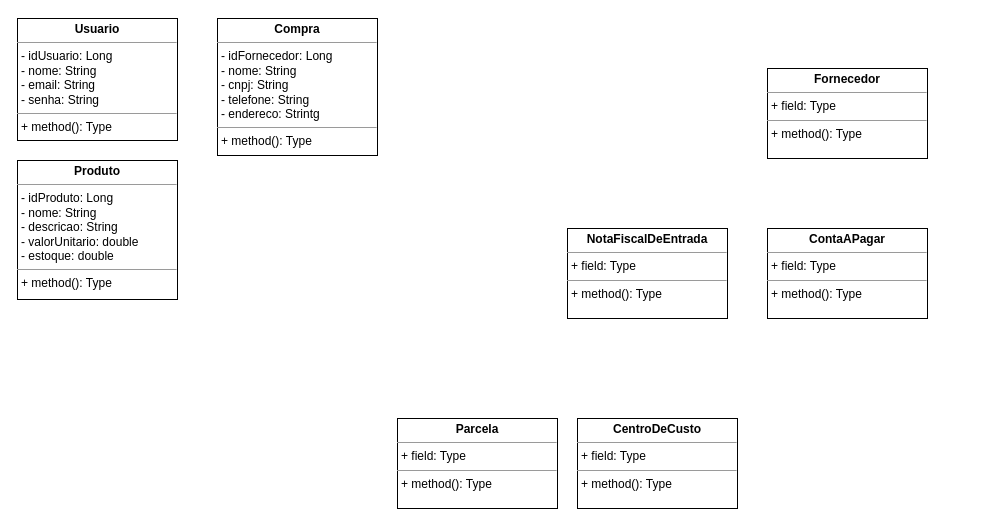
Earlier version of the draw.io diagram IES300/atividades/diagrama_de_classes/atv_diagrama_de_classes.drawio (leonardosetti/FATECTq). Source tidied: cells renumbered, new cells numbered last; positions are measured from the earlier drawing's top-left corner, leaving out a move shared by most shapes. Both pictures are drawn from the tidied source at 100%, with x=0, y=0 at pixel (17, 18).
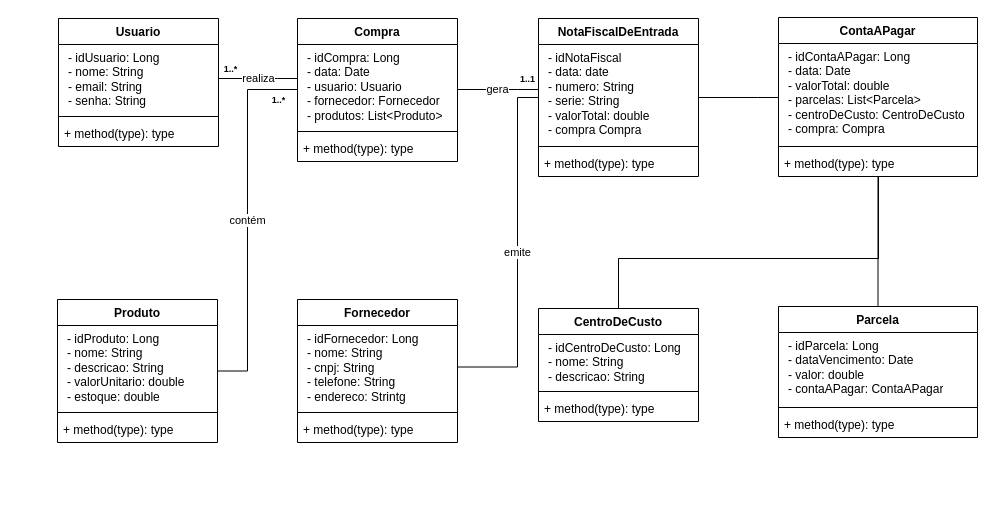
Above is the later version.

Change to the diagram source:
```diff
@@
-    <mxCell id="2" value="&lt;p style=&quot;margin:0px;margin-top:4px;text-align:center;&quot;&gt;&lt;b&gt;Usuario&lt;/b&gt;&lt;/p&gt;&lt;hr size=&quot;1&quot;&gt;&lt;p style=&quot;margin:0px;margin-left:4px;&quot;&gt;- idUsuario: Long&lt;/p&gt;&lt;p style=&quot;margin:0px;margin-left:4px;&quot;&gt;- nome: String&lt;/p&gt;&lt;p style=&quot;margin:0px;margin-left:4px;&quot;&gt;- email: String&lt;/p&gt;&lt;p style=&quot;margin:0px;margin-left:4px;&quot;&gt;- senha: String&lt;/p&gt;&lt;hr size=&quot;1&quot;&gt;&lt;p style=&quot;margin:0px;margin-left:4px;&quot;&gt;+ method(): Type&lt;/p&gt;" style="verticalAlign=top;align=left;overflow=fill;fontSize=12;fontFamily=Helvetica;html=1;" parent="1" vertex="1">
-      <mxGeometry width="160" height="122" as="geometry" />
-    </mxCell>
-    <mxCell id="3" value="&lt;p style=&quot;margin:0px;margin-top:4px;text-align:center;&quot;&gt;&lt;b&gt;Produto&lt;/b&gt;&lt;/p&gt;&lt;hr size=&quot;1&quot;&gt;&lt;p style=&quot;margin:0px;margin-left:4px;&quot;&gt;- idProduto: Long&lt;/p&gt;&lt;p style=&quot;margin:0px;margin-left:4px;&quot;&gt;- nome: String&lt;/p&gt;&lt;p style=&quot;margin:0px;margin-left:4px;&quot;&gt;- descricao: String&lt;/p&gt;&lt;p style=&quot;margin:0px;margin-left:4px;&quot;&gt;- valorUnitario: double&lt;/p&gt;&lt;p style=&quot;margin:0px;margin-left:4px;&quot;&gt;- estoque: double&lt;/p&gt;&lt;hr size=&quot;1&quot;&gt;&lt;p style=&quot;margin:0px;margin-left:4px;&quot;&gt;+ method(): Type&lt;/p&gt;" style="verticalAlign=top;align=left;overflow=fill;fontSize=12;fontFamily=Helvetica;html=1;" parent="1" vertex="1">
-      <mxGeometry y="142" width="160" height="139" as="geometry" />
-    </mxCell>
-    <mxCell id="4" value="&lt;p style=&quot;margin:0px;margin-top:4px;text-align:center;&quot;&gt;&lt;b&gt;Fornecedor&lt;/b&gt;&lt;/p&gt;&lt;hr size=&quot;1&quot;&gt;&lt;p style=&quot;margin:0px;margin-left:4px;&quot;&gt;+ field: Type&lt;/p&gt;&lt;hr size=&quot;1&quot;&gt;&lt;p style=&quot;margin:0px;margin-left:4px;&quot;&gt;+ method(): Type&lt;/p&gt;" style="verticalAlign=top;align=left;overflow=fill;fontSize=12;fontFamily=Helvetica;html=1;" parent="1" vertex="1">
-      <mxGeometry x="750" y="50" width="160" height="90" as="geometry" />
-    </mxCell>
-    <mxCell id="5" value="&lt;p style=&quot;margin:0px;margin-top:4px;text-align:center;&quot;&gt;&lt;b&gt;Compra&lt;/b&gt;&lt;/p&gt;&lt;hr size=&quot;1&quot;&gt;&lt;p style=&quot;margin:0px;margin-left:4px;&quot;&gt;- idFornecedor: Long&lt;/p&gt;&lt;p style=&quot;margin:0px;margin-left:4px;&quot;&gt;- nome: String&lt;/p&gt;&lt;p style=&quot;margin:0px;margin-left:4px;&quot;&gt;- cnpj: String&lt;/p&gt;&lt;p style=&quot;margin:0px;margin-left:4px;&quot;&gt;- telefone: String&lt;/p&gt;&lt;p style=&quot;margin:0px;margin-left:4px;&quot;&gt;- endereco: Strintg&lt;/p&gt;&lt;hr size=&quot;1&quot;&gt;&lt;p style=&quot;margin:0px;margin-left:4px;&quot;&gt;+ method(): Type&lt;/p&gt;" style="verticalAlign=top;align=left;overflow=fill;fontSize=12;fontFamily=Helvetica;html=1;" parent="1" vertex="1">
-      <mxGeometry x="200" width="160" height="137" as="geometry" />
-    </mxCell>
-    <mxCell id="6" value="&lt;p style=&quot;margin:0px;margin-top:4px;text-align:center;&quot;&gt;&lt;b&gt;NotaFiscalDeEntrada&lt;/b&gt;&lt;br&gt;&lt;/p&gt;&lt;hr size=&quot;1&quot;&gt;&lt;p style=&quot;margin:0px;margin-left:4px;&quot;&gt;+ field: Type&lt;/p&gt;&lt;hr size=&quot;1&quot;&gt;&lt;p style=&quot;margin:0px;margin-left:4px;&quot;&gt;+ method(): Type&lt;/p&gt;" style="verticalAlign=top;align=left;overflow=fill;fontSize=12;fontFamily=Helvetica;html=1;" parent="1" vertex="1">
-      <mxGeometry x="550" y="210" width="160" height="90" as="geometry" />
-    </mxCell>
-    <mxCell id="7" value="&lt;p style=&quot;margin:0px;margin-top:4px;text-align:center;&quot;&gt;&lt;b&gt;ContaAPagar&lt;/b&gt;&lt;br&gt;&lt;/p&gt;&lt;hr size=&quot;1&quot;&gt;&lt;p style=&quot;margin:0px;margin-left:4px;&quot;&gt;+ field: Type&lt;/p&gt;&lt;hr size=&quot;1&quot;&gt;&lt;p style=&quot;margin:0px;margin-left:4px;&quot;&gt;+ method(): Type&lt;/p&gt;" style="verticalAlign=top;align=left;overflow=fill;fontSize=12;fontFamily=Helvetica;html=1;" parent="1" vertex="1">
-      <mxGeometry x="750" y="210" width="160" height="90" as="geometry" />
-    </mxCell>
-    <mxCell id="8" value="&lt;p style=&quot;margin:0px;margin-top:4px;text-align:center;&quot;&gt;&lt;b&gt;Parcela&lt;/b&gt;&lt;br&gt;&lt;/p&gt;&lt;hr size=&quot;1&quot;&gt;&lt;p style=&quot;margin:0px;margin-left:4px;&quot;&gt;+ field: Type&lt;/p&gt;&lt;hr size=&quot;1&quot;&gt;&lt;p style=&quot;margin:0px;margin-left:4px;&quot;&gt;+ method(): Type&lt;/p&gt;" style="verticalAlign=top;align=left;overflow=fill;fontSize=12;fontFamily=Helvetica;html=1;" parent="1" vertex="1">
-      <mxGeometry x="380" y="400" width="160" height="90" as="geometry" />
-    </mxCell>
-    <mxCell id="9" value="&lt;p style=&quot;margin:0px;margin-top:4px;text-align:center;&quot;&gt;&lt;b&gt;CentroDeCusto&lt;/b&gt;&lt;br&gt;&lt;/p&gt;&lt;hr size=&quot;1&quot;&gt;&lt;p style=&quot;margin:0px;margin-left:4px;&quot;&gt;+ field: Type&lt;/p&gt;&lt;hr size=&quot;1&quot;&gt;&lt;p style=&quot;margin:0px;margin-left:4px;&quot;&gt;+ method(): Type&lt;/p&gt;" style="verticalAlign=top;align=left;overflow=fill;fontSize=12;fontFamily=Helvetica;html=1;" parent="1" vertex="1">
-      <mxGeometry x="560" y="400" width="160" height="90" as="geometry" />
-    </mxCell>
+    <mxCell id="10" value="&lt;b style=&quot;border-color: var(--border-color);&quot;&gt;Usuario&lt;/b&gt;" style="swimlane;fontStyle=1;align=center;verticalAlign=top;horizontal=1;startSize=26;whiteSpace=wrap;html=1;" parent="1" vertex="1">
+      <mxGeometry x="41" width="160" height="128" as="geometry" />
+    </mxCell>
+    <mxCell id="11" value="&lt;p style=&quot;border-color: var(--border-color); margin: 0px 0px 0px 4px;&quot;&gt;- idUsuario: Long&lt;/p&gt;&lt;p style=&quot;border-color: var(--border-color); margin: 0px 0px 0px 4px;&quot;&gt;- nome: String&lt;/p&gt;&lt;p style=&quot;border-color: var(--border-color); margin: 0px 0px 0px 4px;&quot;&gt;- email: String&lt;/p&gt;&lt;p style=&quot;border-color: var(--border-color); margin: 0px 0px 0px 4px;&quot;&gt;- senha: String&lt;/p&gt;" style="text;strokeColor=none;fillColor=none;align=left;verticalAlign=top;spacingLeft=4;spacingRight=4;overflow=hidden;points=[[0,0.5],[1,0.5]];portConstraint=eastwest;whiteSpace=wrap;html=1;" parent="10" vertex="1">
+      <mxGeometry y="26" width="160" height="68" as="geometry" />
+    </mxCell>
+    <mxCell id="12" style="line;strokeWidth=1;fillColor=none;align=left;verticalAlign=middle;spacingTop=-1;spacingLeft=3;spacingRight=3;labelPosition=right;strokeColor=inherit;" parent="10" vertex="1">
+      <mxGeometry y="94" width="160" height="8" as="geometry" />
+    </mxCell>
+    <mxCell id="13" value="+ method(type): type" style="text;strokeColor=none;fillColor=none;align=left;verticalAlign=top;spacingLeft=4;spacingRight=4;overflow=hidden;whiteSpace=wrap;html=1;" parent="10" vertex="1">
+      <mxGeometry y="102" width="160" height="26" as="geometry" />
+    </mxCell>
+    <mxCell id="14" value="&lt;b style=&quot;border-color: var(--border-color);&quot;&gt;Compra&lt;/b&gt;" style="swimlane;fontStyle=1;align=center;verticalAlign=top;horizontal=1;startSize=26;whiteSpace=wrap;html=1;" parent="1" vertex="1">
+      <mxGeometry x="280" width="160" height="143" as="geometry" />
+    </mxCell>
+    <mxCell id="15" value="&lt;p style=&quot;border-color: var(--border-color); margin: 0px 0px 0px 4px;&quot;&gt;- idCompra: Long&lt;br style=&quot;border-color: var(--border-color);&quot;&gt;&lt;span style=&quot;&quot;&gt;- data: Date&lt;/span&gt;&lt;br style=&quot;border-color: var(--border-color);&quot;&gt;&lt;span style=&quot;&quot;&gt;- usuario: Usuario&lt;/span&gt;&lt;br style=&quot;border-color: var(--border-color);&quot;&gt;&lt;span style=&quot;&quot;&gt;- fornecedor: Fornecedor&lt;/span&gt;&lt;br style=&quot;border-color: var(--border-color);&quot;&gt;&lt;span style=&quot;&quot;&gt;- produtos: List&amp;lt;Produto&amp;gt;&lt;/span&gt;&lt;br&gt;&lt;/p&gt;" style="text;strokeColor=none;fillColor=none;align=left;verticalAlign=top;spacingLeft=4;spacingRight=4;overflow=hidden;whiteSpace=wrap;html=1;" parent="14" vertex="1">
+      <mxGeometry y="26" width="160" height="83" as="geometry" />
+    </mxCell>
+    <mxCell id="16" style="line;strokeWidth=1;fillColor=none;align=left;verticalAlign=middle;spacingTop=-1;spacingLeft=3;spacingRight=3;labelPosition=right;strokeColor=inherit;" parent="14" vertex="1">
+      <mxGeometry y="109" width="160" height="8" as="geometry" />
+    </mxCell>
+    <mxCell id="17" value="+ method(type): type" style="text;strokeColor=none;fillColor=none;align=left;verticalAlign=top;spacingLeft=4;spacingRight=4;overflow=hidden;whiteSpace=wrap;html=1;" parent="14" vertex="1">
+      <mxGeometry y="117" width="160" height="26" as="geometry" />
+    </mxCell>
+    <mxCell id="18" value="contém" style="edgeStyle=orthogonalEdgeStyle;rounded=0;jettySize=auto;html=1;endArrow=none;endFill=0;startArrow=none;startFill=0;" parent="1" edge="1" source="19" target="14">
+      <mxGeometry relative="1" as="geometry">
+        <Array as="points">
+          <mxPoint x="230" y="353" />
+          <mxPoint x="230" y="71" />
+        </Array>
+      </mxGeometry>
+    </mxCell>
+    <mxCell id="19" value="&lt;b style=&quot;border-color: var(--border-color);&quot;&gt;Produto&lt;/b&gt;" style="swimlane;fontStyle=1;align=center;verticalAlign=top;horizontal=1;startSize=26;whiteSpace=wrap;html=1;" parent="1" vertex="1">
+      <mxGeometry x="40" y="281" width="160" height="143" as="geometry" />
+    </mxCell>
+    <mxCell id="20" value="&lt;p style=&quot;border-color: var(--border-color); margin: 0px 0px 0px 4px;&quot;&gt;- idProduto: Long&lt;/p&gt;&lt;p style=&quot;border-color: var(--border-color); margin: 0px 0px 0px 4px;&quot;&gt;- nome: String&lt;/p&gt;&lt;p style=&quot;border-color: var(--border-color); margin: 0px 0px 0px 4px;&quot;&gt;- descricao: String&lt;/p&gt;&lt;p style=&quot;border-color: var(--border-color); margin: 0px 0px 0px 4px;&quot;&gt;- valorUnitario: double&lt;/p&gt;&lt;p style=&quot;border-color: var(--border-color); margin: 0px 0px 0px 4px;&quot;&gt;- estoque: double&lt;/p&gt;" style="text;strokeColor=none;fillColor=none;align=left;verticalAlign=top;spacingLeft=4;spacingRight=4;overflow=hidden;whiteSpace=wrap;html=1;" parent="19" vertex="1">
+      <mxGeometry y="26" width="160" height="83" as="geometry" />
+    </mxCell>
+    <mxCell id="21" style="line;strokeWidth=1;fillColor=none;align=left;verticalAlign=middle;spacingTop=-1;spacingLeft=3;spacingRight=3;labelPosition=right;strokeColor=inherit;" parent="19" vertex="1">
+      <mxGeometry y="109" width="160" height="8" as="geometry" />
+    </mxCell>
+    <mxCell id="22" value="+ method(type): type" style="text;strokeColor=none;fillColor=none;align=left;verticalAlign=top;spacingLeft=4;spacingRight=4;overflow=hidden;whiteSpace=wrap;html=1;" parent="19" vertex="1">
+      <mxGeometry y="117" width="160" height="26" as="geometry" />
+    </mxCell>
+    <mxCell id="23" value="&lt;b style=&quot;border-color: var(--border-color);&quot;&gt;Fornecedor&lt;/b&gt;" style="swimlane;fontStyle=1;align=center;verticalAlign=top;horizontal=1;startSize=26;whiteSpace=wrap;html=1;" parent="1" vertex="1">
+      <mxGeometry x="280" y="281" width="160" height="143" as="geometry" />
+    </mxCell>
+    <mxCell id="24" value="&lt;p style=&quot;border-color: var(--border-color); margin: 0px 0px 0px 4px;&quot;&gt;- idFornecedor: Long&lt;/p&gt;&lt;p style=&quot;border-color: var(--border-color); margin: 0px 0px 0px 4px;&quot;&gt;- nome: String&lt;/p&gt;&lt;p style=&quot;border-color: var(--border-color); margin: 0px 0px 0px 4px;&quot;&gt;- cnpj: String&lt;/p&gt;&lt;p style=&quot;border-color: var(--border-color); margin: 0px 0px 0px 4px;&quot;&gt;- telefone: String&lt;/p&gt;&lt;p style=&quot;border-color: var(--border-color); margin: 0px 0px 0px 4px;&quot;&gt;- endereco: Strintg&lt;/p&gt;" style="text;strokeColor=none;fillColor=none;align=left;verticalAlign=top;spacingLeft=4;spacingRight=4;overflow=hidden;points=[[0,0.5],[1,0.5]];portConstraint=eastwest;whiteSpace=wrap;html=1;" parent="23" vertex="1">
+      <mxGeometry y="26" width="160" height="83" as="geometry" />
+    </mxCell>
+    <mxCell id="25" style="line;strokeWidth=1;fillColor=none;align=left;verticalAlign=middle;spacingTop=-1;spacingLeft=3;spacingRight=3;labelPosition=right;strokeColor=inherit;" parent="23" vertex="1">
+      <mxGeometry y="109" width="160" height="8" as="geometry" />
+    </mxCell>
+    <mxCell id="26" value="+ method(type): type" style="text;strokeColor=none;fillColor=none;align=left;verticalAlign=top;spacingLeft=4;spacingRight=4;overflow=hidden;whiteSpace=wrap;html=1;" parent="23" vertex="1">
+      <mxGeometry y="117" width="160" height="26" as="geometry" />
+    </mxCell>
+    <mxCell id="27" value="&lt;b style=&quot;border-color: var(--border-color);&quot;&gt;NotaFiscalDeEntrada&lt;/b&gt;" style="swimlane;fontStyle=1;align=center;verticalAlign=top;horizontal=1;startSize=26;whiteSpace=wrap;html=1;" parent="1" vertex="1">
+      <mxGeometry x="521" width="160" height="158" as="geometry" />
+    </mxCell>
+    <mxCell id="28" value="&lt;p style=&quot;border-color: var(--border-color); margin: 0px 0px 0px 4px;&quot;&gt;- idNotaFiscal&lt;/p&gt;&lt;p style=&quot;border-color: var(--border-color); margin: 0px 0px 0px 4px;&quot;&gt;- data: date&lt;/p&gt;&lt;p style=&quot;border-color: var(--border-color); margin: 0px 0px 0px 4px;&quot;&gt;- numero: String&lt;/p&gt;&lt;p style=&quot;border-color: var(--border-color); margin: 0px 0px 0px 4px;&quot;&gt;- serie: String&lt;/p&gt;&lt;p style=&quot;border-color: var(--border-color); margin: 0px 0px 0px 4px;&quot;&gt;- valorTotal: double&lt;/p&gt;&lt;p style=&quot;border-color: var(--border-color); margin: 0px 0px 0px 4px;&quot;&gt;- compra Compra&lt;/p&gt;" style="text;strokeColor=none;fillColor=none;align=left;verticalAlign=top;spacingLeft=4;spacingRight=4;overflow=hidden;points=[[0,0.5],[1,0.5]];portConstraint=eastwest;whiteSpace=wrap;html=1;" parent="27" vertex="1">
+      <mxGeometry y="26" width="160" height="98" as="geometry" />
+    </mxCell>
+    <mxCell id="29" style="line;strokeWidth=1;fillColor=none;align=left;verticalAlign=middle;spacingTop=-1;spacingLeft=3;spacingRight=3;labelPosition=right;strokeColor=inherit;" parent="27" vertex="1">
+      <mxGeometry y="124" width="160" height="8" as="geometry" />
+    </mxCell>
+    <mxCell id="30" value="+ method(type): type" style="text;strokeColor=none;fillColor=none;align=left;verticalAlign=top;spacingLeft=4;spacingRight=4;overflow=hidden;whiteSpace=wrap;html=1;" parent="27" vertex="1">
+      <mxGeometry y="132" width="160" height="26" as="geometry" />
+    </mxCell>
+    <mxCell id="31" style="edgeStyle=orthogonalEdgeStyle;shape=connector;rounded=0;jettySize=auto;html=1;labelBackgroundColor=default;strokeColor=default;align=center;verticalAlign=middle;fontFamily=Helvetica;fontSize=11;fontColor=default;endArrow=none;endFill=0;" parent="1" edge="1" source="32" target="36">
+      <mxGeometry relative="1" as="geometry" />
+    </mxCell>
+    <mxCell id="32" value="&lt;b style=&quot;border-color: var(--border-color);&quot;&gt;Parcela&lt;/b&gt;" style="swimlane;fontStyle=1;align=center;verticalAlign=top;horizontal=1;startSize=26;whiteSpace=wrap;html=1;" parent="1" vertex="1">
+      <mxGeometry x="761" y="288" width="199" height="131" as="geometry" />
+    </mxCell>
+    <mxCell id="33" value="&lt;p style=&quot;border-color: var(--border-color); margin: 0px 0px 0px 4px;&quot;&gt;- idParcela: Long&lt;/p&gt;&lt;p style=&quot;border-color: var(--border-color); margin: 0px 0px 0px 4px;&quot;&gt;- dataVencimento: Date&lt;/p&gt;&lt;p style=&quot;border-color: var(--border-color); margin: 0px 0px 0px 4px;&quot;&gt;- valor: double&lt;/p&gt;&lt;p style=&quot;border-color: var(--border-color); margin: 0px 0px 0px 4px;&quot;&gt;- contaAPagar: ContaAPagar&lt;/p&gt;" style="text;strokeColor=none;fillColor=none;align=left;verticalAlign=top;spacingLeft=4;spacingRight=4;overflow=hidden;whiteSpace=wrap;html=1;" parent="32" vertex="1">
+      <mxGeometry y="26" width="199" height="71" as="geometry" />
+    </mxCell>
+    <mxCell id="34" style="line;strokeWidth=1;fillColor=none;align=left;verticalAlign=middle;spacingTop=-1;spacingLeft=3;spacingRight=3;labelPosition=right;strokeColor=inherit;" parent="32" vertex="1">
+      <mxGeometry y="97" width="199" height="8" as="geometry" />
+    </mxCell>
+    <mxCell id="35" value="+ method(type): type" style="text;strokeColor=none;fillColor=none;align=left;verticalAlign=top;spacingLeft=4;spacingRight=4;overflow=hidden;whiteSpace=wrap;html=1;" parent="32" vertex="1">
+      <mxGeometry y="105" width="199" height="26" as="geometry" />
+    </mxCell>
+    <mxCell id="36" value="&lt;b style=&quot;border-color: var(--border-color);&quot;&gt;ContaAPagar&lt;/b&gt;" style="swimlane;fontStyle=1;align=center;verticalAlign=top;horizontal=1;startSize=26;whiteSpace=wrap;html=1;" parent="1" vertex="1">
+      <mxGeometry x="761" y="-1" width="199" height="159" as="geometry" />
+    </mxCell>
+    <mxCell id="37" value="&lt;p style=&quot;border-color: var(--border-color); margin: 0px 0px 0px 4px;&quot;&gt;- idContaAPagar: Long&lt;/p&gt;&lt;p style=&quot;border-color: var(--border-color); margin: 0px 0px 0px 4px;&quot;&gt;- data: Date&lt;/p&gt;&lt;p style=&quot;border-color: var(--border-color); margin: 0px 0px 0px 4px;&quot;&gt;- valorTotal: double&lt;/p&gt;&lt;p style=&quot;border-color: var(--border-color); margin: 0px 0px 0px 4px;&quot;&gt;- parcelas: List&amp;lt;Parcela&amp;gt;&lt;/p&gt;&lt;p style=&quot;border-color: var(--border-color); margin: 0px 0px 0px 4px;&quot;&gt;- centroDeCusto: CentroDeCusto&lt;/p&gt;&lt;p style=&quot;border-color: var(--border-color); margin: 0px 0px 0px 4px;&quot;&gt;- compra: Compra&lt;/p&gt;" style="text;strokeColor=none;fillColor=none;align=left;verticalAlign=top;spacingLeft=4;spacingRight=4;overflow=hidden;points=[[0,0.5],[1,0.5]];portConstraint=eastwest;whiteSpace=wrap;html=1;" parent="36" vertex="1">
+      <mxGeometry y="26" width="199" height="99" as="geometry" />
+    </mxCell>
+    <mxCell id="38" style="line;strokeWidth=1;fillColor=none;align=left;verticalAlign=middle;spacingTop=-1;spacingLeft=3;spacingRight=3;labelPosition=right;strokeColor=inherit;" parent="36" vertex="1">
+      <mxGeometry y="125" width="199" height="8" as="geometry" />
+    </mxCell>
+    <mxCell id="39" value="+ method(type): type" style="text;strokeColor=none;fillColor=none;align=left;verticalAlign=top;spacingLeft=4;spacingRight=4;overflow=hidden;whiteSpace=wrap;html=1;" parent="36" vertex="1">
+      <mxGeometry y="133" width="199" height="26" as="geometry" />
+    </mxCell>
+    <mxCell id="40" style="edgeStyle=orthogonalEdgeStyle;shape=connector;rounded=0;jettySize=auto;html=1;labelBackgroundColor=default;strokeColor=default;align=center;verticalAlign=middle;fontFamily=Helvetica;fontSize=11;fontColor=default;endArrow=none;endFill=0;" parent="1" edge="1" source="41" target="36">
+      <mxGeometry relative="1" as="geometry">
+        <Array as="points">
+          <mxPoint x="601" y="240" />
+          <mxPoint x="861" y="240" />
+        </Array>
+      </mxGeometry>
+    </mxCell>
+    <mxCell id="41" value="&lt;b style=&quot;border-color: var(--border-color);&quot;&gt;CentroDeCusto&lt;/b&gt;" style="swimlane;fontStyle=1;align=center;verticalAlign=top;horizontal=1;startSize=26;whiteSpace=wrap;html=1;" parent="1" vertex="1">
+      <mxGeometry x="521" y="290" width="160" height="113" as="geometry" />
+    </mxCell>
+    <mxCell id="42" value="&lt;p style=&quot;border-color: var(--border-color); margin: 0px 0px 0px 4px;&quot;&gt;- idCentroDeCusto: Long&lt;/p&gt;&lt;p style=&quot;border-color: var(--border-color); margin: 0px 0px 0px 4px;&quot;&gt;- nome: String&lt;/p&gt;&lt;p style=&quot;border-color: var(--border-color); margin: 0px 0px 0px 4px;&quot;&gt;- descricao: String&lt;/p&gt;" style="text;strokeColor=none;fillColor=none;align=left;verticalAlign=top;spacingLeft=4;spacingRight=4;overflow=hidden;whiteSpace=wrap;html=1;" parent="41" vertex="1">
+      <mxGeometry y="26" width="160" height="53" as="geometry" />
+    </mxCell>
+    <mxCell id="43" style="line;strokeWidth=1;fillColor=none;align=left;verticalAlign=middle;spacingTop=-1;spacingLeft=3;spacingRight=3;labelPosition=right;strokeColor=inherit;" parent="41" vertex="1">
+      <mxGeometry y="79" width="160" height="8" as="geometry" />
+    </mxCell>
+    <mxCell id="44" value="+ method(type): type" style="text;strokeColor=none;fillColor=none;align=left;verticalAlign=top;spacingLeft=4;spacingRight=4;overflow=hidden;whiteSpace=wrap;html=1;" parent="41" vertex="1">
+      <mxGeometry y="87" width="160" height="26" as="geometry" />
+    </mxCell>
+    <mxCell id="45" value="realiza" style="edgeStyle=orthogonalEdgeStyle;rounded=0;jettySize=auto;html=1;endArrow=none;endFill=0;" parent="1" edge="1" source="11" target="14">
+      <mxGeometry relative="1" as="geometry">
+        <Array as="points">
+          <mxPoint x="260" y="60" />
+          <mxPoint x="260" y="60" />
+        </Array>
+      </mxGeometry>
+    </mxCell>
+    <mxCell id="46" value="1..*" style="text;align=center;fontStyle=1;verticalAlign=middle;spacingLeft=3;spacingRight=3;strokeColor=none;html=1;fontSize=9;" parent="1" vertex="1">
+      <mxGeometry x="201" y="40" width="23" height="21" as="geometry" />
+    </mxCell>
+    <mxCell id="47" value="gera" style="edgeStyle=orthogonalEdgeStyle;rounded=0;jettySize=auto;html=1;endArrow=none;endFill=0;" parent="1" edge="1" source="28" target="14">
+      <mxGeometry relative="1" as="geometry">
+        <Array as="points">
+          <mxPoint x="500" y="71" />
+          <mxPoint x="500" y="71" />
+        </Array>
+      </mxGeometry>
+    </mxCell>
+    <mxCell id="48" value="1..1" style="text;align=center;fontStyle=1;verticalAlign=middle;spacingLeft=3;spacingRight=3;strokeColor=none;html=1;fontSize=9;" parent="1" vertex="1">
+      <mxGeometry x="498" y="50" width="23" height="21" as="geometry" />
+    </mxCell>
+    <mxCell id="49" value="1..*" style="text;align=center;fontStyle=1;verticalAlign=middle;spacingLeft=3;spacingRight=3;strokeColor=none;html=1;fontSize=9;" parent="1" vertex="1">
+      <mxGeometry x="249" y="71" width="23" height="21" as="geometry" />
+    </mxCell>
+    <mxCell id="50" value="emite" style="edgeStyle=orthogonalEdgeStyle;rounded=0;jettySize=auto;html=1;endArrow=none;endFill=0;" parent="1" edge="1" source="24" target="27">
+      <mxGeometry relative="1" as="geometry">
+        <Array as="points">
+          <mxPoint x="500" y="349" />
+          <mxPoint x="500" y="79" />
+        </Array>
+      </mxGeometry>
+    </mxCell>
+    <mxCell id="51" style="edgeStyle=orthogonalEdgeStyle;rounded=0;jettySize=auto;html=1;endArrow=none;endFill=0;" parent="1" edge="1" source="37" target="27">
+      <mxGeometry relative="1" as="geometry">
+        <Array as="points">
+          <mxPoint x="740" y="79" />
+          <mxPoint x="740" y="79" />
+        </Array>
+      </mxGeometry>
+    </mxCell>
```
